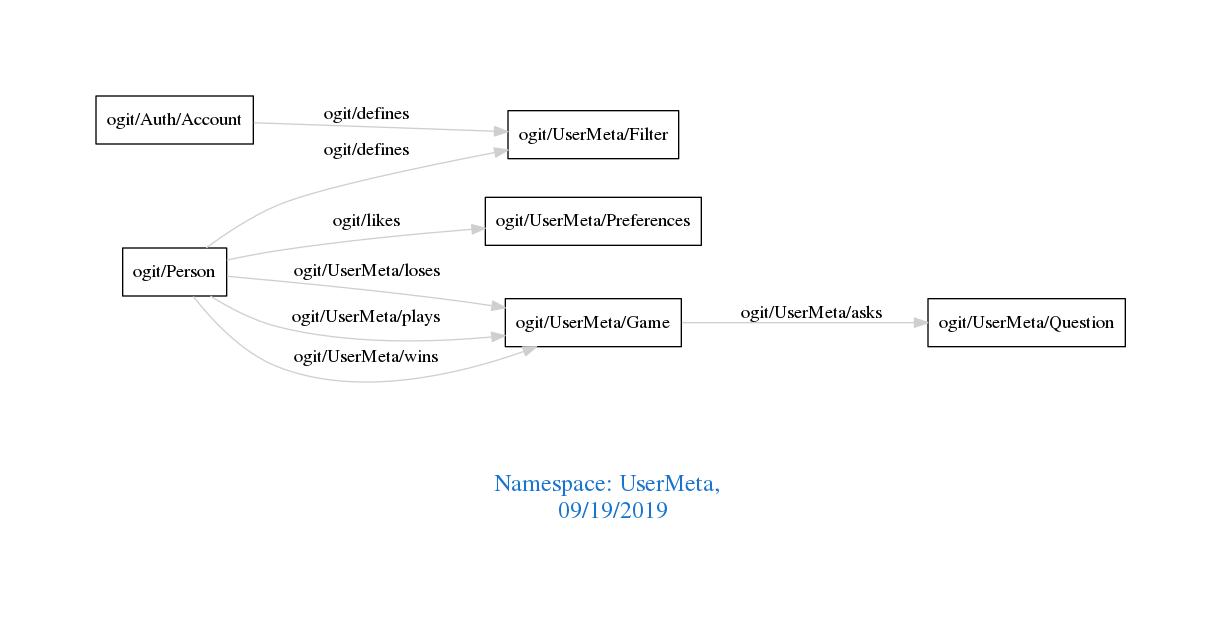
The Graphviz diagram downloads/UserMeta.png in arago/OGIT, before a commit. Its source is kept beside it as downloads/UserMeta.dot.
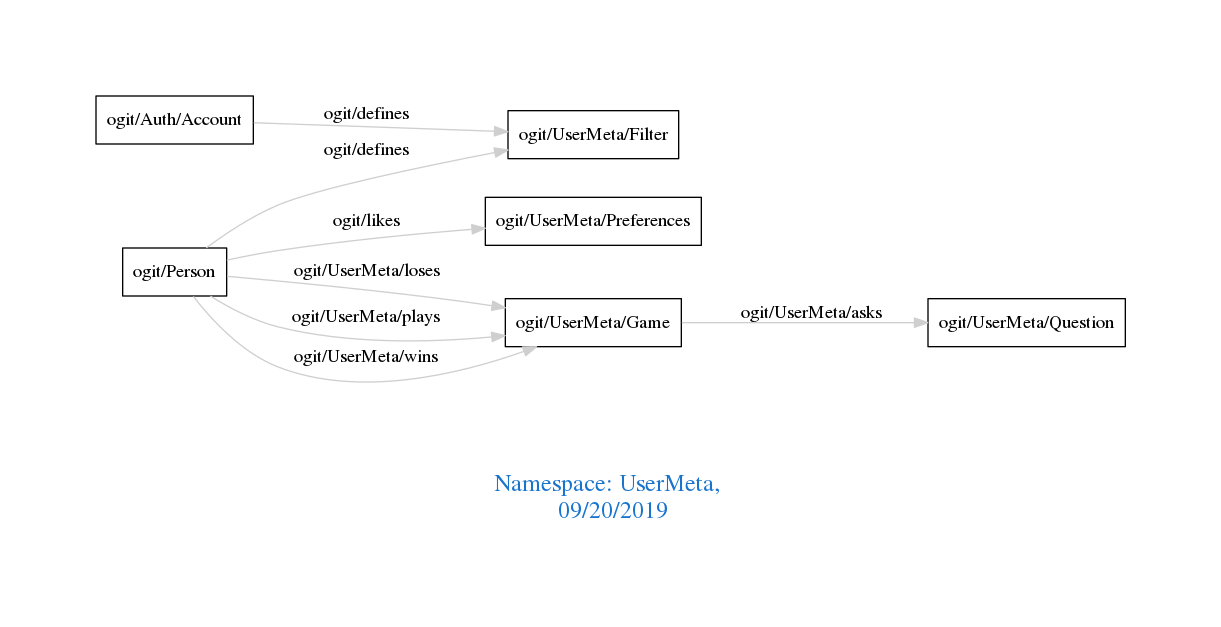
After the change.

The edit, as a diff of the source:
```diff
@@ -1,7 +1,7 @@
 digraph OGIT_ontology {
  graph [ rankdir= LR,pad=1
 fontsize = 18,
-fontcolor= dodgerblue3,label = "\n\n\nNamespace: UserMeta, \n 09/19/2019"];
+fontcolor= dodgerblue3,label = "\n\n\nNamespace: UserMeta, \n 09/20/2019"];
 node[shape=polygon];
 edge [  color="gray81"];
 
```
